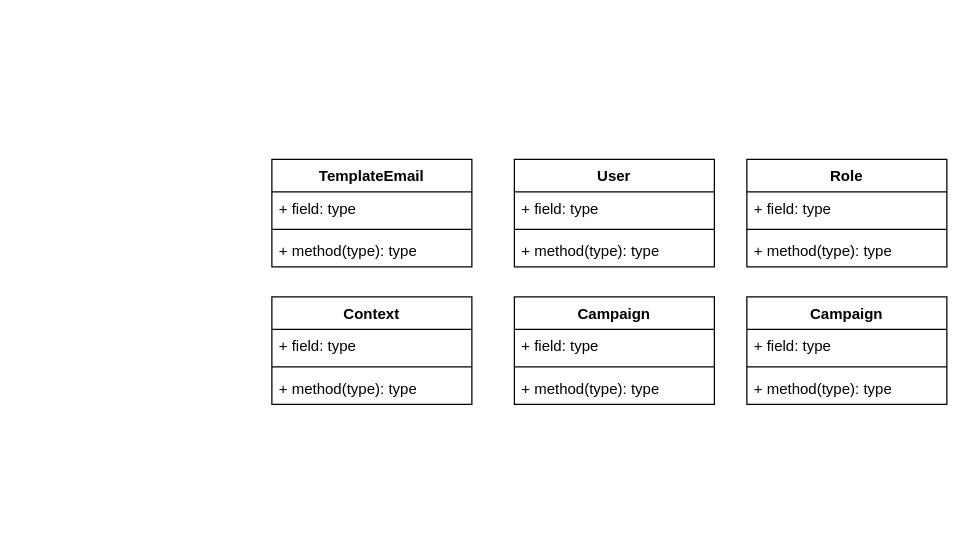
This is Diagrama sem nome.drawio from DDEUSM/email-service, a draw.io file, before an edit. Source tidied: cells renumbered, new cells numbered last; positions are measured from the earlier drawing's top-left corner, leaving out a move shared by most shapes. Both pictures are drawn from the tidied source at 125%, with x=0, y=0 at pixel (271, 159).
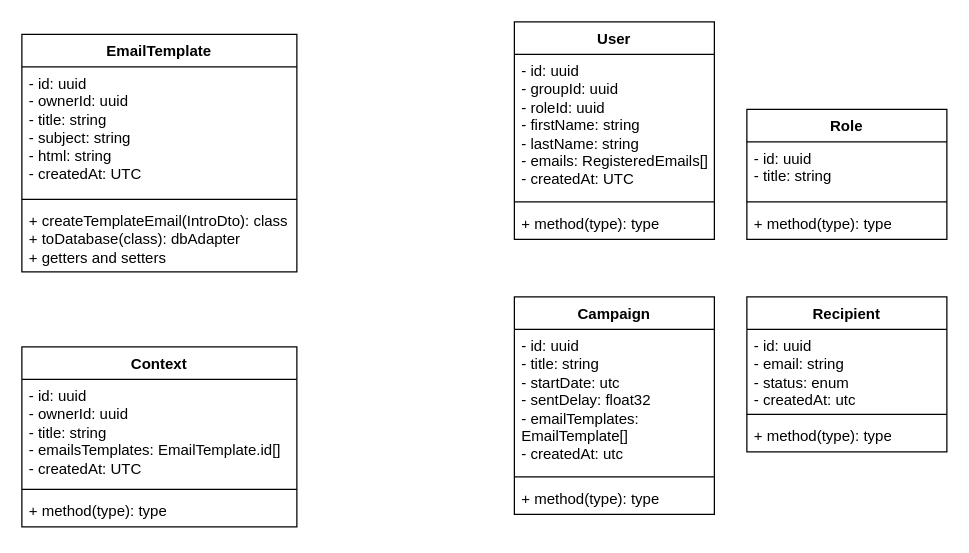
Above is the later version.

What changed in the source:
```diff
@@
-    <mxCell id="2" value="TemplateEmail" style="swimlane;fontStyle=1;align=center;verticalAlign=top;horizontal=1;startSize=26;whiteSpace=wrap;html=1;" parent="1" vertex="1">
-      <mxGeometry width="160" height="86" as="geometry" />
+    <mxCell id="2" value="EmailTemplate" style="swimlane;fontStyle=1;align=center;verticalAlign=top;horizontal=1;startSize=26;whiteSpace=wrap;html=1;" parent="1" vertex="1">
+      <mxGeometry x="-200" y="-100" width="220" height="190" as="geometry" />
     </mxCell>
-    <mxCell id="3" value="+ field: type" style="text;strokeColor=none;fillColor=none;align=left;verticalAlign=top;spacingLeft=4;spacingRight=4;overflow=hidden;whiteSpace=wrap;html=1;" parent="2" vertex="1">
-      <mxGeometry y="26" width="160" height="26" as="geometry" />
+    <mxCell id="3" value="- id: uuid&lt;div&gt;- ownerId: uuid&lt;/div&gt;&lt;div&gt;- title: string&lt;/div&gt;&lt;div&gt;- subject: string&lt;/div&gt;&lt;div&gt;- html: string&lt;/div&gt;&lt;div&gt;- createdAt: UTC&lt;/div&gt;" style="text;strokeColor=none;fillColor=none;align=left;verticalAlign=top;spacingLeft=4;spacingRight=4;overflow=hidden;whiteSpace=wrap;html=1;" parent="2" vertex="1">
+      <mxGeometry y="26" width="220" height="102" as="geometry" />
     </mxCell>
     <mxCell id="4" style="line;strokeWidth=1;fillColor=none;align=left;verticalAlign=middle;spacingTop=-1;spacingLeft=3;spacingRight=3;labelPosition=right;strokeColor=inherit;" parent="2" vertex="1">
-      <mxGeometry y="52" width="160" height="8" as="geometry" />
+      <mxGeometry y="128" width="220" height="8" as="geometry" />
     </mxCell>
-    <mxCell id="5" value="+ method(type): type" style="text;strokeColor=none;fillColor=none;align=left;verticalAlign=top;spacingLeft=4;spacingRight=4;overflow=hidden;whiteSpace=wrap;html=1;" parent="2" vertex="1">
-      <mxGeometry y="60" width="160" height="26" as="geometry" />
+    <mxCell id="5" value="+ createTemplateEmail(IntroDto): class&lt;div&gt;+ toDatabase(class): dbAdapter&lt;/div&gt;&lt;div&gt;+ getters and setters&lt;/div&gt;" style="text;strokeColor=none;fillColor=none;align=left;verticalAlign=top;spacingLeft=4;spacingRight=4;overflow=hidden;whiteSpace=wrap;html=1;" parent="2" vertex="1">
+      <mxGeometry y="136" width="220" height="54" as="geometry" />
     </mxCell>
     <mxCell id="6" value="User" style="swimlane;fontStyle=1;align=center;verticalAlign=top;horizontal=1;startSize=26;whiteSpace=wrap;html=1;" parent="1" vertex="1">
-      <mxGeometry x="194" width="160" height="86" as="geometry" />
+      <mxGeometry x="194" y="-110" width="160" height="174" as="geometry" />
     </mxCell>
-    <mxCell id="7" value="+ field: type" style="text;strokeColor=none;fillColor=none;align=left;verticalAlign=top;spacingLeft=4;spacingRight=4;overflow=hidden;whiteSpace=wrap;html=1;" parent="6" vertex="1">
-      <mxGeometry y="26" width="160" height="26" as="geometry" />
+    <mxCell id="7" value="- id: uuid&lt;div&gt;- groupId: uuid&lt;/div&gt;&lt;div&gt;- roleId: uuid&lt;/div&gt;&lt;div&gt;- firstName: string&lt;/div&gt;&lt;div&gt;- lastName: string&lt;/div&gt;&lt;div&gt;- emails: RegisteredEmails[]&lt;/div&gt;&lt;div&gt;- createdAt: UTC&lt;/div&gt;" style="text;strokeColor=none;fillColor=none;align=left;verticalAlign=top;spacingLeft=4;spacingRight=4;overflow=hidden;whiteSpace=wrap;html=1;" parent="6" vertex="1">
+      <mxGeometry y="26" width="160" height="114" as="geometry" />
     </mxCell>
     <mxCell id="8" style="line;strokeWidth=1;fillColor=none;align=left;verticalAlign=middle;spacingTop=-1;spacingLeft=3;spacingRight=3;labelPosition=right;strokeColor=inherit;" parent="6" vertex="1">
-      <mxGeometry y="52" width="160" height="8" as="geometry" />
+      <mxGeometry y="140" width="160" height="8" as="geometry" />
     </mxCell>
     <mxCell id="9" value="+ method(type): type" style="text;strokeColor=none;fillColor=none;align=left;verticalAlign=top;spacingLeft=4;spacingRight=4;overflow=hidden;whiteSpace=wrap;html=1;" parent="6" vertex="1">
-      <mxGeometry y="60" width="160" height="26" as="geometry" />
+      <mxGeometry y="148" width="160" height="26" as="geometry" />
     </mxCell>
     <mxCell id="10" value="Role" style="swimlane;fontStyle=1;align=center;verticalAlign=top;horizontal=1;startSize=26;whiteSpace=wrap;html=1;" parent="1" vertex="1">
-      <mxGeometry x="380" width="160" height="86" as="geometry" />
+      <mxGeometry x="380" y="-40" width="160" height="104" as="geometry" />
     </mxCell>
-    <mxCell id="11" value="+ field: type" style="text;strokeColor=none;fillColor=none;align=left;verticalAlign=top;spacingLeft=4;spacingRight=4;overflow=hidden;whiteSpace=wrap;html=1;" parent="10" vertex="1">
-      <mxGeometry y="26" width="160" height="26" as="geometry" />
+    <mxCell id="11" value="- id: uuid&lt;div&gt;- title: string&lt;/div&gt;" style="text;strokeColor=none;fillColor=none;align=left;verticalAlign=top;spacingLeft=4;spacingRight=4;overflow=hidden;whiteSpace=wrap;html=1;" parent="10" vertex="1">
+      <mxGeometry y="26" width="160" height="44" as="geometry" />
     </mxCell>
     <mxCell id="12" style="line;strokeWidth=1;fillColor=none;align=left;verticalAlign=middle;spacingTop=-1;spacingLeft=3;spacingRight=3;labelPosition=right;strokeColor=inherit;" parent="10" vertex="1">
-      <mxGeometry y="52" width="160" height="8" as="geometry" />
+      <mxGeometry y="70" width="160" height="8" as="geometry" />
     </mxCell>
     <mxCell id="13" value="+ method(type): type" style="text;strokeColor=none;fillColor=none;align=left;verticalAlign=top;spacingLeft=4;spacingRight=4;overflow=hidden;whiteSpace=wrap;html=1;" parent="10" vertex="1">
-      <mxGeometry y="60" width="160" height="26" as="geometry" />
+      <mxGeometry y="78" width="160" height="26" as="geometry" />
     </mxCell>
     <mxCell id="14" value="Context&lt;div&gt;&lt;br&gt;&lt;/div&gt;" style="swimlane;fontStyle=1;align=center;verticalAlign=top;horizontal=1;startSize=26;whiteSpace=wrap;html=1;" parent="1" vertex="1">
-      <mxGeometry y="110" width="160" height="86" as="geometry" />
+      <mxGeometry x="-200" y="150" width="220" height="144" as="geometry" />
     </mxCell>
-    <mxCell id="15" value="+ field: type" style="text;strokeColor=none;fillColor=none;align=left;verticalAlign=top;spacingLeft=4;spacingRight=4;overflow=hidden;whiteSpace=wrap;html=1;" parent="14" vertex="1">
-      <mxGeometry y="26" width="160" height="26" as="geometry" />
+    <mxCell id="15" value="- id: uuid&lt;div&gt;- ownerId: uuid&lt;/div&gt;&lt;div&gt;- title: string&lt;/div&gt;&lt;div&gt;- emailsTemplates: EmailTemplate.id[]&lt;/div&gt;&lt;div&gt;- createdAt: UTC&lt;/div&gt;" style="text;strokeColor=none;fillColor=none;align=left;verticalAlign=top;spacingLeft=4;spacingRight=4;overflow=hidden;whiteSpace=wrap;html=1;" parent="14" vertex="1">
+      <mxGeometry y="26" width="220" height="84" as="geometry" />
     </mxCell>
     <mxCell id="16" style="line;strokeWidth=1;fillColor=none;align=left;verticalAlign=middle;spacingTop=-1;spacingLeft=3;spacingRight=3;labelPosition=right;strokeColor=inherit;" parent="14" vertex="1">
-      <mxGeometry y="52" width="160" height="8" as="geometry" />
+      <mxGeometry y="110" width="220" height="8" as="geometry" />
     </mxCell>
     <mxCell id="17" value="+ method(type): type" style="text;strokeColor=none;fillColor=none;align=left;verticalAlign=top;spacingLeft=4;spacingRight=4;overflow=hidden;whiteSpace=wrap;html=1;" parent="14" vertex="1">
-      <mxGeometry y="60" width="160" height="26" as="geometry" />
+      <mxGeometry y="118" width="220" height="26" as="geometry" />
     </mxCell>
     <mxCell id="18" value="Campaign" style="swimlane;fontStyle=1;align=center;verticalAlign=top;horizontal=1;startSize=26;whiteSpace=wrap;html=1;" parent="1" vertex="1">
-      <mxGeometry x="194" y="110" width="160" height="86" as="geometry" />
+      <mxGeometry x="194" y="110" width="160" height="174" as="geometry" />
     </mxCell>
-    <mxCell id="19" value="+ field: type" style="text;strokeColor=none;fillColor=none;align=left;verticalAlign=top;spacingLeft=4;spacingRight=4;overflow=hidden;whiteSpace=wrap;html=1;" parent="18" vertex="1">
-      <mxGeometry y="26" width="160" height="26" as="geometry" />
+    <mxCell id="19" value="- id: uuid&lt;div&gt;- title: string&lt;/div&gt;&lt;div&gt;- startDate: utc&lt;/div&gt;&lt;div&gt;- sentDelay: float32&lt;/div&gt;&lt;div&gt;- emailTemplates: EmailTemplate[]&amp;nbsp;&lt;/div&gt;&lt;div&gt;- createdAt: utc&lt;/div&gt;" style="text;strokeColor=none;fillColor=none;align=left;verticalAlign=top;spacingLeft=4;spacingRight=4;overflow=hidden;whiteSpace=wrap;html=1;" parent="18" vertex="1">
+      <mxGeometry y="26" width="160" height="114" as="geometry" />
     </mxCell>
     <mxCell id="20" style="line;strokeWidth=1;fillColor=none;align=left;verticalAlign=middle;spacingTop=-1;spacingLeft=3;spacingRight=3;labelPosition=right;strokeColor=inherit;" parent="18" vertex="1">
-      <mxGeometry y="52" width="160" height="8" as="geometry" />
+      <mxGeometry y="140" width="160" height="8" as="geometry" />
     </mxCell>
     <mxCell id="21" value="+ method(type): type" style="text;strokeColor=none;fillColor=none;align=left;verticalAlign=top;spacingLeft=4;spacingRight=4;overflow=hidden;whiteSpace=wrap;html=1;" parent="18" vertex="1">
-      <mxGeometry y="60" width="160" height="26" as="geometry" />
+      <mxGeometry y="148" width="160" height="26" as="geometry" />
     </mxCell>
-    <mxCell id="22" value="Campaign" style="swimlane;fontStyle=1;align=center;verticalAlign=top;horizontal=1;startSize=26;whiteSpace=wrap;html=1;" parent="1" vertex="1">
-      <mxGeometry x="380" y="110" width="160" height="86" as="geometry" />
+    <mxCell id="22" value="Recipient" style="swimlane;fontStyle=1;align=center;verticalAlign=top;horizontal=1;startSize=26;whiteSpace=wrap;html=1;" parent="1" vertex="1">
+      <mxGeometry x="380" y="110" width="160" height="124" as="geometry" />
     </mxCell>
-    <mxCell id="23" value="+ field: type" style="text;strokeColor=none;fillColor=none;align=left;verticalAlign=top;spacingLeft=4;spacingRight=4;overflow=hidden;whiteSpace=wrap;html=1;" parent="22" vertex="1">
-      <mxGeometry y="26" width="160" height="26" as="geometry" />
+    <mxCell id="23" value="- id: uuid&lt;div&gt;- email: string&lt;/div&gt;&lt;div&gt;- status: enum&lt;/div&gt;&lt;div&gt;- createdAt: utc&lt;/div&gt;" style="text;strokeColor=none;fillColor=none;align=left;verticalAlign=top;spacingLeft=4;spacingRight=4;overflow=hidden;whiteSpace=wrap;html=1;" parent="22" vertex="1">
+      <mxGeometry y="26" width="160" height="64" as="geometry" />
     </mxCell>
     <mxCell id="24" style="line;strokeWidth=1;fillColor=none;align=left;verticalAlign=middle;spacingTop=-1;spacingLeft=3;spacingRight=3;labelPosition=right;strokeColor=inherit;" parent="22" vertex="1">
-      <mxGeometry y="52" width="160" height="8" as="geometry" />
+      <mxGeometry y="90" width="160" height="8" as="geometry" />
     </mxCell>
     <mxCell id="25" value="+ method(type): type" style="text;strokeColor=none;fillColor=none;align=left;verticalAlign=top;spacingLeft=4;spacingRight=4;overflow=hidden;whiteSpace=wrap;html=1;" parent="22" vertex="1">
-      <mxGeometry y="60" width="160" height="26" as="geometry" />
+      <mxGeometry y="98" width="160" height="26" as="geometry" />
     </mxCell>
```
